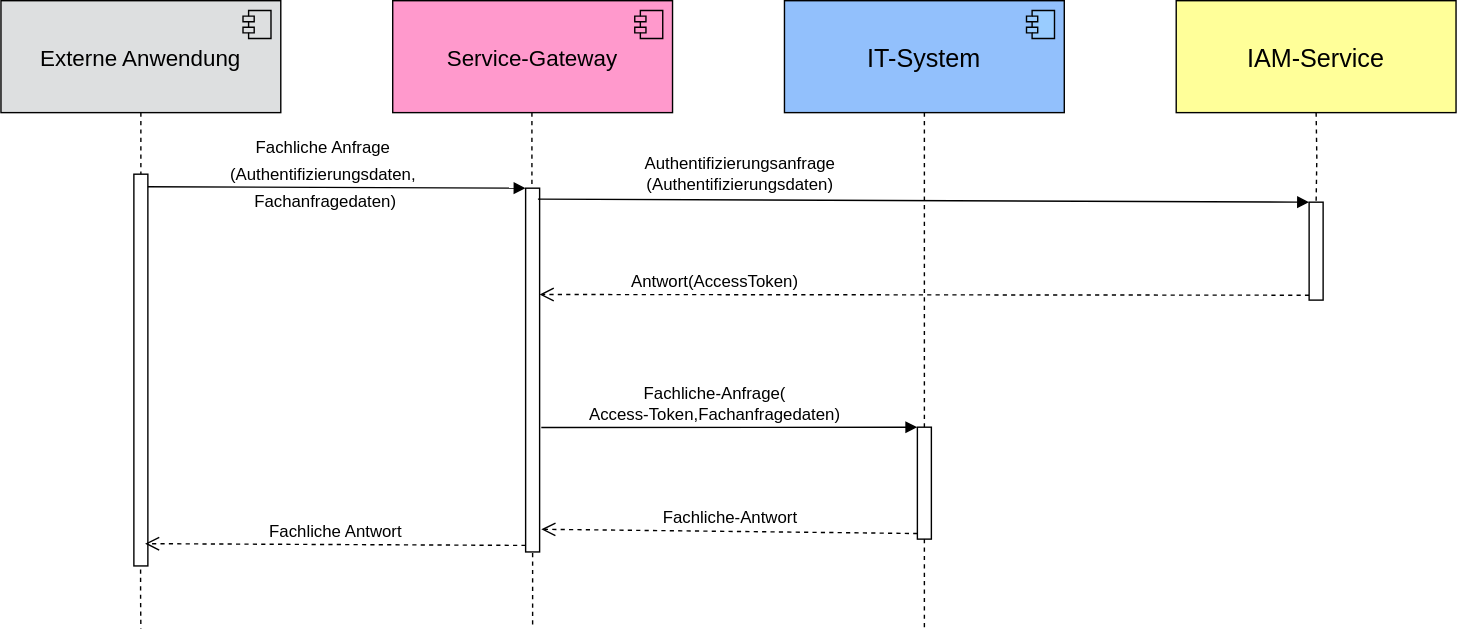
The draw.io diagram docs/modules/ROOT/images/konzept/Squenzdiagramm_ServiceGateway_ohne_AuthGateway.dn.svg in IsyFact/isy-security, before a commit. Source tidied: cells renumbered, new cells last; positions are measured from the earlier drawing's top-left corner, leaving out a move shared by most shapes.
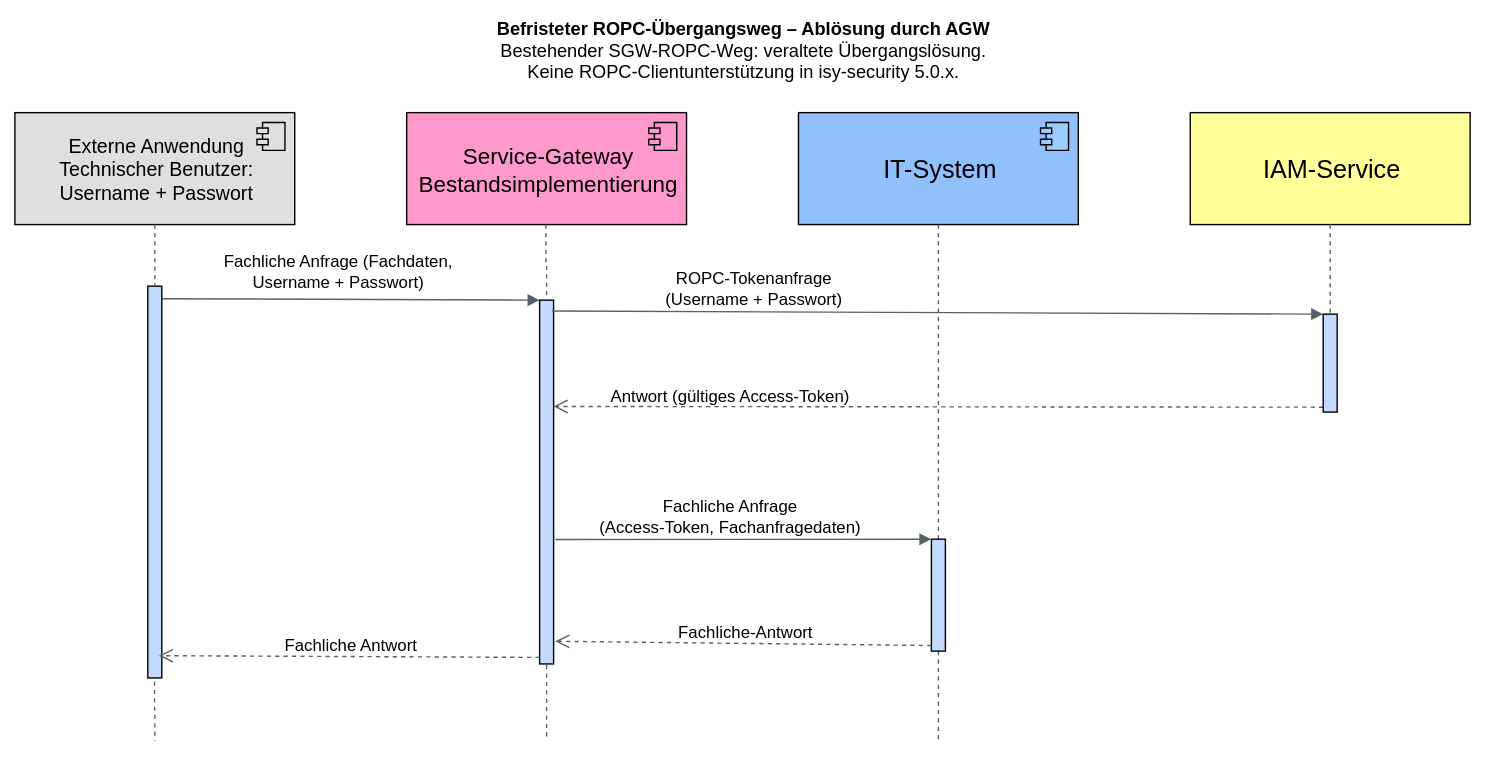
The same file after the commit.

Commit message:
docs: IFS-5813 Security-Konzept auf 5.0.x anpassen

What changed in the source:
```diff
@@ -7,7 +7,7 @@
         <mxPoint x="100" y="448.8" as="targetPoint" />
       </mxGeometry>
     </mxCell>
-    <mxCell id="3" value="Externe Anwendung" style="fontSize=16;fillColor=#DDDFE0;" parent="1" vertex="1">
+    <mxCell id="3" value="Externe Anwendung&#10;Technischer Benutzer:&#10;Username + Passwort" style="fontSize=16;fillColor=#DDDFE0;fontSize=14;" parent="1" vertex="1">
       <mxGeometry width="200" height="80" as="geometry" />
     </mxCell>
     <mxCell id="4" style="shape=component;jettyWidth=8;jettyHeight=4;fillColor=#DDDFE0;" parent="3" vertex="1">
@@ -15,7 +15,7 @@
         <mxPoint x="-27" y="7" as="offset" />
       </mxGeometry>
     </mxCell>
-    <mxCell id="5" value="Service-Gateway" style="fontStyle=0;verticalAlign=middle;fontSize=16;fillColor=#FF99CC;" parent="1" vertex="1">
+    <mxCell id="5" value="Service-Gateway&#10;Bestandsimplementierung" style="fontStyle=0;verticalAlign=middle;fontSize=16;fillColor=#FF99CC;" parent="1" vertex="1">
       <mxGeometry x="280" width="200" height="80" as="geometry" />
     </mxCell>
     <mxCell id="6" style="shape=component;jettyWidth=8;jettyHeight=4;noLabel=1;fontColor=none;fillColor=#ff99cc;" parent="5" vertex="1">
@@ -48,8 +48,10 @@
         <mxPoint x="660" y="448.8" as="targetPoint" />
       </mxGeometry>
     </mxCell>
-    <mxCell id="13" value="&lt;font&gt;&lt;span style=&quot;font-size: 12px ; line-height: 1&quot;&gt;Fachliche Anfrage&lt;br&gt;(Authentifizierungsdaten,&lt;br&gt;&amp;nbsp;Fachanfragedaten)&lt;/span&gt;&lt;br&gt;&lt;/font&gt;" style="html=1;verticalAlign=bottom;endArrow=block;entryX=0;entryY=0;rounded=0;fontSize=16;labelBackgroundColor=none;exitX=0.92;exitY=0.032;exitDx=0;exitDy=0;exitPerimeter=0;" parent="1" edge="1" source="20" target="14">
-      <mxGeometry x="-0.07" y="-21" relative="1" as="geometry" />
+    <mxCell id="13" value="Fachliche Anfrage (Fachdaten,&lt;br&gt;Username + Passwort)" style="html=1;verticalAlign=bottom;endArrow=block;entryX=0;entryY=0;rounded=0;fontSize=16;labelBackgroundColor=none;exitX=0.92;exitY=0.032;exitDx=0;exitDy=0;exitPerimeter=0;verticalAlign=bottom;fontSize=12;" parent="1" edge="1" source="20" target="14">
+      <mxGeometry x="-0.07" y="-21" relative="1" as="geometry">
+        <mxPoint y="-25" as="offset" />
+      </mxGeometry>
     </mxCell>
     <mxCell id="14" style="html=1;points=[];perimeter=orthogonalPerimeter;fontSize=16;" parent="1" vertex="1">
       <mxGeometry x="375" y="134" width="10" height="260" as="geometry" />
@@ -59,10 +61,10 @@
         <mxPoint x="379.5" y="80" as="sourcePoint" />
       </mxGeometry>
     </mxCell>
-    <mxCell id="16" value="&lt;span&gt;Authentifizierungsanfrage&lt;br&gt;(&lt;/span&gt;Authentifizierungsdaten&lt;span&gt;)&lt;/span&gt;" style="html=1;verticalAlign=bottom;endArrow=block;entryX=0;entryY=0;rounded=0;fontSize=12;labelBackgroundColor=none;exitX=0.88;exitY=0.03;exitDx=0;exitDy=0;exitPerimeter=0;" parent="1" edge="1" source="14" target="18">
+    <mxCell id="16" value="ROPC-Tokenanfrage&lt;br&gt;(Username + Passwort)" style="html=1;verticalAlign=bottom;endArrow=block;entryX=0;entryY=0;rounded=0;fontSize=12;labelBackgroundColor=none;exitX=0.88;exitY=0.03;exitDx=0;exitDy=0;exitPerimeter=0;" parent="1" edge="1" source="14" target="18">
       <mxGeometry x="-0.48" y="1" relative="1" as="geometry" />
     </mxCell>
-    <mxCell id="17" value="Antwort(AccessToken)" style="html=1;verticalAlign=bottom;endArrow=open;dashed=1;endSize=8;exitX=0;exitY=0.95;rounded=0;fontSize=12;labelBackgroundColor=none;" parent="1" edge="1" source="18">
+    <mxCell id="17" value="Antwort (gültiges Access-Token)" style="html=1;verticalAlign=bottom;endArrow=open;dashed=1;endSize=8;exitX=0;exitY=0.95;rounded=0;fontSize=12;labelBackgroundColor=none;" parent="1" edge="1" source="18">
       <mxGeometry x="0.55" relative="1" as="geometry">
         <mxPoint x="385" y="210" as="targetPoint" />
       </mxGeometry>
@@ -87,7 +89,7 @@
         <mxPoint x="103" y="388.1" as="targetPoint" />
       </mxGeometry>
     </mxCell>
-    <mxCell id="23" value="Fachliche-Anfrage(&lt;br&gt;Access-Token,Fachanfragedaten)" style="html=1;verticalAlign=bottom;endArrow=block;entryX=0;entryY=0;rounded=0;fontSize=12;exitX=1.12;exitY=0.184;exitDx=0;exitDy=0;exitPerimeter=0;labelBackgroundColor=none;" parent="1" edge="1" target="25">
+    <mxCell id="23" value="Fachliche Anfrage&lt;br&gt;(Access-Token, Fachanfragedaten)" style="html=1;verticalAlign=bottom;endArrow=block;entryX=0;entryY=0;rounded=0;fontSize=12;exitX=1.12;exitY=0.184;exitDx=0;exitDy=0;exitPerimeter=0;labelBackgroundColor=none;" parent="1" edge="1" target="25">
       <mxGeometry x="-0.08" relative="1" as="geometry">
         <mxPoint x="386.2" y="305.1" as="sourcePoint" />
       </mxGeometry>
@@ -100,5 +102,8 @@
     <mxCell id="25" style="html=1;points=[];perimeter=orthogonalPerimeter;fontSize=12;" parent="1" vertex="1">
       <mxGeometry x="655" y="304.8" width="10" height="80" as="geometry" />
     </mxCell>
+    <mxCell id="26" value="&lt;b&gt;Befristeter ROPC-Übergangsweg – Ablösung durch AGW&lt;/b&gt;&lt;br&gt;Bestehender SGW-ROPC-Weg: veraltete Übergangslösung.&lt;br&gt;Keine ROPC-Clientunterstützung in isy-security 5.0.x." style="text;html=1;whiteSpace=wrap;align=center;verticalAlign=middle;fontFamily=Arial;fontSize=13;fontColor=#000000;" parent="1" vertex="1">
+      <mxGeometry y="-70" width="1040" height="50" as="geometry" />
+    </mxCell>
   </root>
 </mxGraphModel>
```
